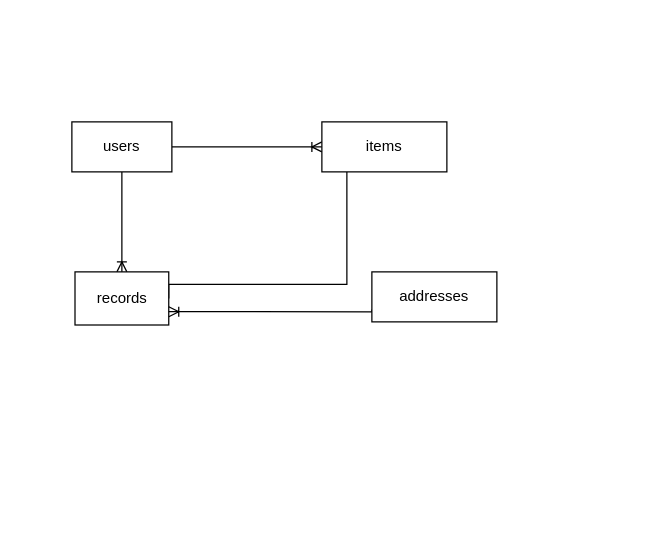
Above: page "ページ1" (1 of 2) of er.dio in Satoshi-Nakayama/furima-33334 (draw.io), before the change. Source tidied: cells renumbered, new cells numbered last; positions are measured from the earlier drawing's top-left corner, leaving out a move shared by most shapes. Both pictures are drawn from the tidied source at 125%, with x=0, y=0 at pixel (71, 121).
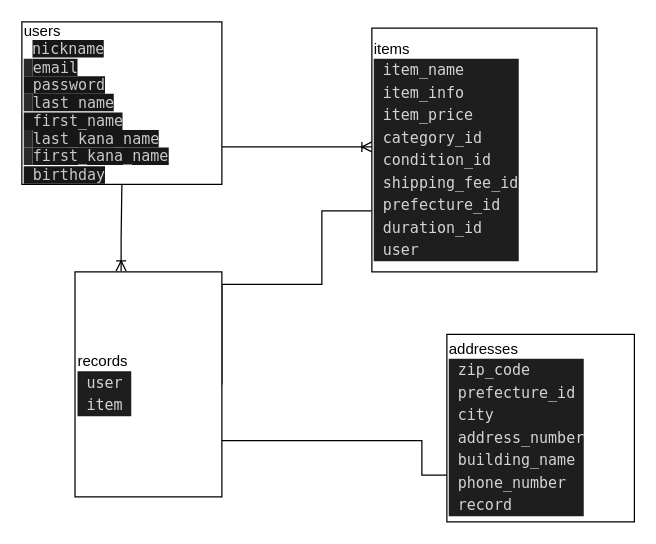
Above is the later version.

Diff of the diagram source:
```diff
@@
 <mxGraphModel>
   <root>
     <mxCell id="0" />
     <mxCell id="1" parent="0" />
-    <mxCell id="2" style="edgeStyle=orthogonalEdgeStyle;rounded=0;jettySize=auto;html=1;exitX=1;exitY=0.5;exitDx=0;exitDy=0;entryX=0;entryY=0.5;entryDx=0;entryDy=0;endArrow=ERoneToMany;endFill=0;" parent="1" edge="1" source="3" target="4">
-      <mxGeometry relative="1" as="geometry" />
+    <mxCell id="2" style="edgeStyle=orthogonalEdgeStyle;rounded=0;orthogonalLoop=1;jettySize=auto;html=1;exitX=1;exitY=0.5;exitDx=0;exitDy=0;entryX=0;entryY=0.5;entryDx=0;entryDy=0;endArrow=ERoneToMany;endFill=0;" parent="1" edge="1">
+      <mxGeometry relative="1" as="geometry">
+        <mxPoint x="120" y="20" as="sourcePoint" />
+        <mxPoint x="240" y="20" as="targetPoint" />
+      </mxGeometry>
     </mxCell>
-    <mxCell id="3" value="users" style="whiteSpace=wrap;html=1;align=center;" parent="1" vertex="1">
-      <mxGeometry width="80" height="40" as="geometry" />
-    </mxCell>
-    <mxCell id="4" value="items" style="whiteSpace=wrap;html=1;align=center;" parent="1" vertex="1">
-      <mxGeometry x="200" width="100" height="40" as="geometry" />
-    </mxCell>
-    <mxCell id="5" style="edgeStyle=orthogonalEdgeStyle;rounded=0;jettySize=auto;html=1;exitX=0.5;exitY=1;exitDx=0;exitDy=0;endArrow=none;endFill=0;entryX=0.5;entryY=1;entryDx=0;entryDy=0;startArrow=ERoneToMany;startFill=0;" parent="1" edge="1" source="7" target="3">
-      <mxGeometry relative="1" as="geometry" />
+    <mxCell id="5" style="edgeStyle=orthogonalEdgeStyle;rounded=0;jettySize=auto;html=1;exitX=0.686;exitY=1.004;exitDx=0;exitDy=0;endArrow=none;endFill=0;entryX=0.5;entryY=1;entryDx=0;entryDy=0;startArrow=ERoneToMany;startFill=0;exitPerimeter=0;" parent="1" edge="1" source="7" target="11">
+      <mxGeometry relative="1" as="geometry">
+        <Array as="points">
+          <mxPoint x="40" y="93" />
+        </Array>
+      </mxGeometry>
     </mxCell>
+    <mxCell id="10" value="&lt;br&gt;" style="edgeLabel;html=1;align=center;verticalAlign=middle;" parent="5" vertex="1">
+      <mxGeometry x="-0.91" y="1" relative="1" as="geometry" />
+    </mxCell>
-    <mxCell id="6" style="edgeStyle=orthogonalEdgeStyle;rounded=0;jettySize=auto;html=1;exitX=0;exitY=0.5;exitDx=0;exitDy=0;endArrow=none;endFill=0;" parent="1" edge="1" source="7">
+    <mxCell id="6" style="edgeStyle=orthogonalEdgeStyle;rounded=0;jettySize=auto;html=1;exitX=0;exitY=0.5;exitDx=0;exitDy=0;endArrow=none;endFill=0;entryX=0;entryY=0.75;entryDx=0;entryDy=0;" parent="1" edge="1" source="7" target="12">
       <mxGeometry relative="1" as="geometry">
-        <mxPoint x="220" y="40" as="targetPoint" />
         <Array as="points">
-          <mxPoint x="78" y="130" />
-          <mxPoint x="220" y="130" />
+          <mxPoint x="120" y="130" />
+          <mxPoint x="200" y="130" />
+          <mxPoint x="200" y="71" />
         </Array>
       </mxGeometry>
     </mxCell>
-    <mxCell id="7" value="records" style="whiteSpace=wrap;html=1;align=center;direction=west;" parent="1" vertex="1">
-      <mxGeometry x="2.5" y="120" width="75" height="42.5" as="geometry" />
+    <mxCell id="7" value="records&lt;br&gt;&lt;div style=&quot;color: rgb(212 , 212 , 212) ; background-color: rgb(30 , 30 , 30) ; font-family: &amp;#34;menlo&amp;#34; , &amp;#34;monaco&amp;#34; , &amp;#34;courier new&amp;#34; , monospace ; line-height: 18px&quot;&gt;&lt;div&gt;&amp;nbsp;user&lt;/div&gt;&lt;div&gt;&amp;nbsp;item&amp;nbsp;&lt;/div&gt;&lt;/div&gt;" style="whiteSpace=wrap;html=1;align=left;direction=west;" parent="1" vertex="1">
+      <mxGeometry x="2.5" y="120" width="117.5" height="180" as="geometry" />
     </mxCell>
-    <mxCell id="8" style="edgeStyle=orthogonalEdgeStyle;rounded=0;jettySize=auto;html=1;exitX=0;exitY=0.75;exitDx=0;exitDy=0;endArrow=ERoneToMany;endFill=0;entryX=0;entryY=0.25;entryDx=0;entryDy=0;" parent="1" edge="1" source="9" target="7">
+    <mxCell id="8" style="edgeStyle=orthogonalEdgeStyle;rounded=0;jettySize=auto;html=1;exitX=0;exitY=0.75;exitDx=0;exitDy=0;endArrow=none;endFill=0;entryX=0;entryY=0.25;entryDx=0;entryDy=0;" parent="1" edge="1" source="9" target="7">
       <mxGeometry relative="1" as="geometry">
         <Array as="points">
-          <mxPoint x="240" y="152" />
+          <mxPoint x="280" y="255" />
         </Array>
       </mxGeometry>
     </mxCell>
-    <mxCell id="9" value="addresses" style="whiteSpace=wrap;html=1;align=center;" parent="1" vertex="1">
-      <mxGeometry x="240" y="120" width="100" height="40" as="geometry" />
+    <mxCell id="9" value="addresses&lt;br&gt;&lt;div style=&quot;color: rgb(212 , 212 , 212) ; background-color: rgb(30 , 30 , 30) ; font-family: &amp;#34;menlo&amp;#34; , &amp;#34;monaco&amp;#34; , &amp;#34;courier new&amp;#34; , monospace ; line-height: 18px&quot;&gt;&lt;div&gt;&amp;nbsp;zip_code&lt;/div&gt;&lt;div&gt;&amp;nbsp;prefecture_id&lt;/div&gt;&lt;div&gt;&amp;nbsp;city&lt;/div&gt;&lt;div&gt;&amp;nbsp;address_number&lt;/div&gt;&lt;div&gt;&amp;nbsp;building_name&lt;/div&gt;&lt;div&gt;&amp;nbsp;phone_number&lt;/div&gt;&lt;div&gt;&amp;nbsp;record&lt;/div&gt;&lt;/div&gt;" style="whiteSpace=wrap;html=1;align=left;" parent="1" vertex="1">
+      <mxGeometry x="300" y="170" width="150" height="150" as="geometry" />
     </mxCell>
+    <mxCell id="11" value="users&lt;br&gt;&amp;nbsp;&amp;nbsp;&lt;span style=&quot;color: rgb(202 , 202 , 202) ; font-family: &amp;#34;menlo&amp;#34;&quot;&gt;&lt;span style=&quot;background-color: rgb(23 , 23 , 23)&quot;&gt;nickname&lt;/span&gt;&lt;span style=&quot;background-color: rgb(42 , 42 , 42)&quot;&gt;&lt;br&gt;&lt;/span&gt;&lt;/span&gt;&lt;span style=&quot;color: rgb(202 , 202 , 202) ; font-family: &amp;#34;menlo&amp;#34; ; background-color: rgb(42 , 42 , 42)&quot;&gt;&amp;nbsp;&lt;/span&gt;&lt;span style=&quot;background-color: rgb(23 , 23 , 23) ; color: rgb(202 , 202 , 202) ; font-family: &amp;#34;menlo&amp;#34;&quot;&gt;email&lt;br&gt;&lt;/span&gt;&lt;span style=&quot;color: rgb(202 , 202 , 202) ; font-family: &amp;#34;menlo&amp;#34;&quot;&gt;&lt;span style=&quot;background-color: rgb(23 , 23 , 23)&quot;&gt;&amp;nbsp;password&lt;/span&gt;&lt;span style=&quot;background-color: rgb(42 , 42 , 42)&quot;&gt;&lt;br&gt;&lt;/span&gt;&lt;/span&gt;&lt;span style=&quot;color: rgb(202 , 202 , 202) ; font-family: &amp;#34;menlo&amp;#34; ; background-color: rgb(42 , 42 , 42)&quot;&gt;&amp;nbsp;&lt;/span&gt;&lt;span style=&quot;background-color: rgb(23 , 23 , 23) ; color: rgb(202 , 202 , 202) ; font-family: &amp;#34;menlo&amp;#34;&quot;&gt;last_name&lt;br&gt;&lt;/span&gt;&lt;span style=&quot;color: rgb(202 , 202 , 202) ; font-family: &amp;#34;menlo&amp;#34;&quot;&gt;&lt;span style=&quot;background-color: rgb(23 , 23 , 23)&quot;&gt;&amp;nbsp;first_name&lt;/span&gt;&lt;span style=&quot;background-color: rgb(42 , 42 , 42)&quot;&gt;&lt;br&gt;&lt;/span&gt;&lt;/span&gt;&lt;span style=&quot;color: rgb(202 , 202 , 202) ; font-family: &amp;#34;menlo&amp;#34; ; background-color: rgb(42 , 42 , 42)&quot;&gt;&amp;nbsp;&lt;/span&gt;&lt;span style=&quot;color: rgb(202 , 202 , 202) ; font-family: &amp;#34;menlo&amp;#34;&quot;&gt;&lt;span style=&quot;background-color: rgb(23 , 23 , 23)&quot;&gt;last_kana_name&lt;/span&gt;&lt;span style=&quot;background-color: rgb(42 , 42 , 42)&quot;&gt;&lt;br&gt;&lt;/span&gt;&lt;/span&gt;&lt;span style=&quot;color: rgb(202 , 202 , 202) ; font-family: &amp;#34;menlo&amp;#34; ; background-color: rgb(42 , 42 , 42)&quot;&gt;&amp;nbsp;&lt;/span&gt;&lt;span style=&quot;background-color: rgb(23 , 23 , 23) ; color: rgb(202 , 202 , 202) ; font-family: &amp;#34;menlo&amp;#34;&quot;&gt;first_kana_name&lt;br&gt;&lt;/span&gt;&lt;span style=&quot;background-color: rgb(23 , 23 , 23) ; color: rgb(202 , 202 , 202) ; font-family: &amp;#34;menlo&amp;#34;&quot;&gt;&amp;nbsp;birthday&lt;/span&gt;&lt;span style=&quot;background-color: rgb(23 , 23 , 23) ; color: rgb(202 , 202 , 202) ; font-family: &amp;#34;menlo&amp;#34;&quot;&gt;&lt;br&gt;&lt;/span&gt;" style="whiteSpace=wrap;html=1;align=left;" parent="1" vertex="1">
+      <mxGeometry x="-40" y="-80" width="160" height="130" as="geometry" />
+    </mxCell>
+    <mxCell id="12" value="items&lt;br&gt;&lt;div style=&quot;color: rgb(212 , 212 , 212) ; background-color: rgb(30 , 30 , 30) ; font-family: &amp;#34;menlo&amp;#34; , &amp;#34;monaco&amp;#34; , &amp;#34;courier new&amp;#34; , monospace ; line-height: 18px&quot;&gt;&lt;div&gt;&amp;nbsp;item_name&lt;/div&gt;&lt;div&gt;&amp;nbsp;item_info&lt;/div&gt;&lt;div&gt;&amp;nbsp;item_price&lt;/div&gt;&lt;div&gt;&amp;nbsp;category_id&lt;/div&gt;&lt;div&gt;&amp;nbsp;condition_id&lt;/div&gt;&lt;div&gt;&amp;nbsp;shipping_fee_id&lt;/div&gt;&lt;div&gt;&amp;nbsp;prefecture_id&lt;/div&gt;&lt;div&gt;&amp;nbsp;duration_id&lt;/div&gt;&lt;div&gt;&amp;nbsp;user&lt;/div&gt;&lt;/div&gt;" style="whiteSpace=wrap;html=1;align=left;" parent="1" vertex="1">
+      <mxGeometry x="240" y="-75" width="180" height="195" as="geometry" />
+    </mxCell>
   </root>
 </mxGraphModel>
```
